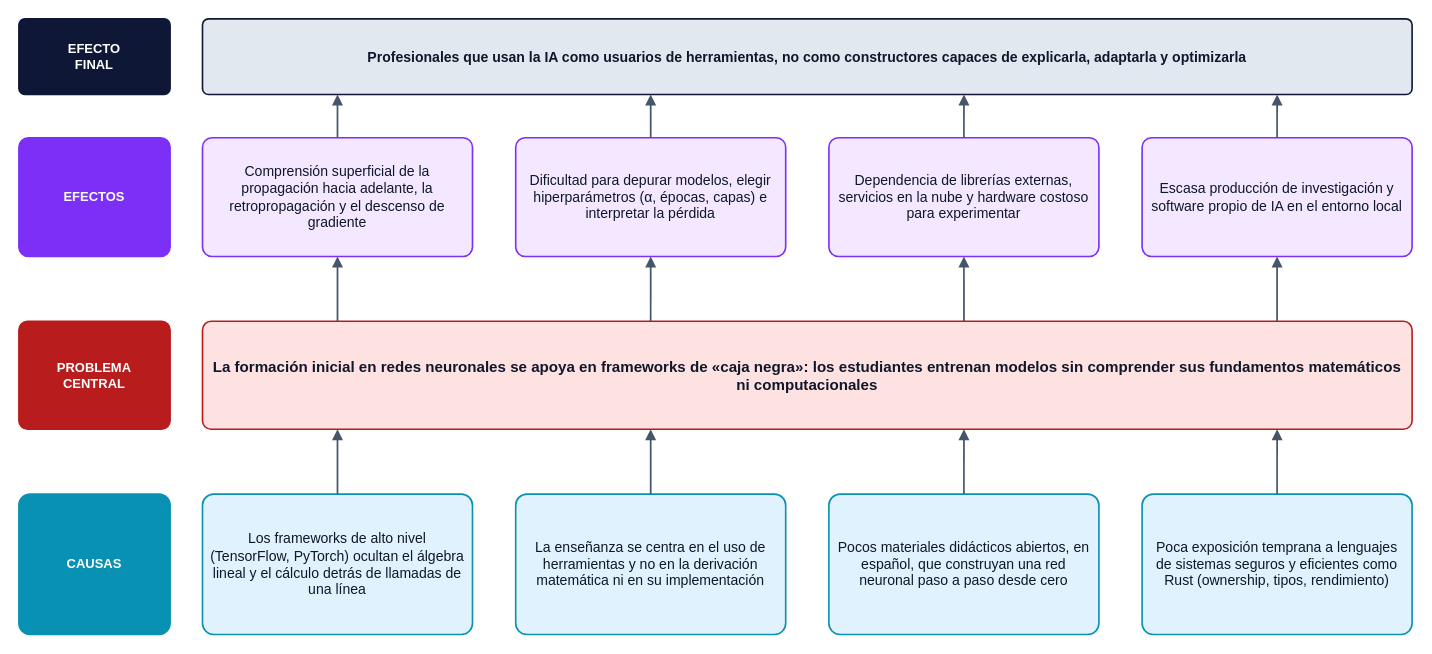
The draw.io diagram diagramas/01_arbol_problemas.drawio in Noxy-bit/Redes-Neuronales-Rust, before the edit. Source tidied: cells renumbered, new cells numbered last; positions are measured from the earlier drawing's top-left corner, leaving out a move shared by most shapes. Both pictures are drawn from the tidied source at 108%, with x=0, y=0 at pixel (18, 18).
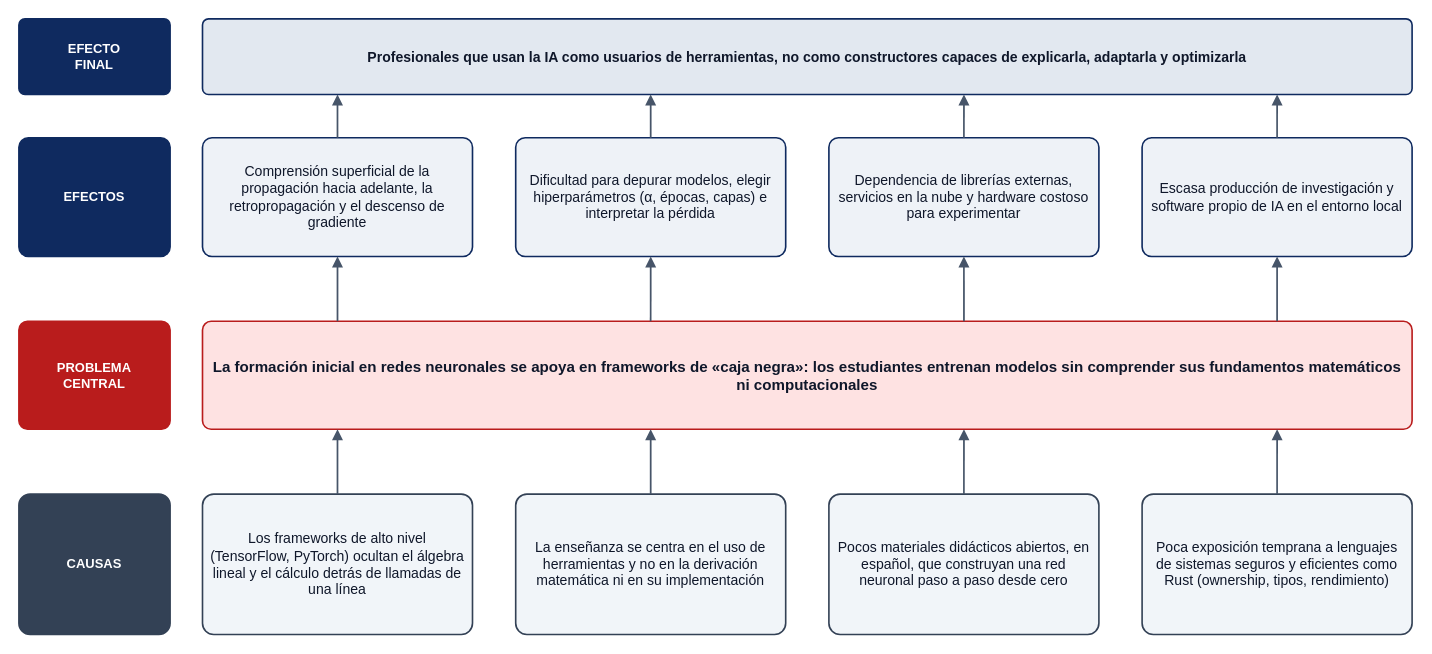
After the change.

What changed in the source:
```diff
@@
-    <mxCell id="2" value="EFECTO&lt;br&gt;FINAL" style="rounded=1;arcSize=8;whiteSpace=wrap;html=1;fontFamily=Helvetica;fontSize=13;fontColor=#0F172A;strokeColor=#0F1736;fillColor=#0F1736;strokeWidth=1.5;spacing=6;fontStyle=1;fontSize=12;fontColor=#FFFFFF;rounded=1;" parent="1" vertex="1">
+    <mxCell id="2" value="EFECTO&lt;br&gt;FINAL" style="rounded=1;arcSize=8;whiteSpace=wrap;html=1;fontFamily=Helvetica;fontSize=13;fontColor=#0F172A;strokeColor=#0F2A5F;fillColor=#0F2A5F;strokeWidth=1.5;spacing=6;fontStyle=1;fontSize=12;fontColor=#FFFFFF;rounded=1;" parent="1" vertex="1">
       <mxGeometry width="140" height="70" as="geometry" />
     </mxCell>
-    <mxCell id="3" value="EFECTOS" style="rounded=1;arcSize=8;whiteSpace=wrap;html=1;fontFamily=Helvetica;fontSize=13;fontColor=#0F172A;strokeColor=#7B2FF7;fillColor=#7B2FF7;strokeWidth=1.5;spacing=6;fontStyle=1;fontSize=12;fontColor=#FFFFFF;rounded=1;" parent="1" vertex="1">
+    <mxCell id="3" value="EFECTOS" style="rounded=1;arcSize=8;whiteSpace=wrap;html=1;fontFamily=Helvetica;fontSize=13;fontColor=#0F172A;strokeColor=#0F2A5F;fillColor=#0F2A5F;strokeWidth=1.5;spacing=6;fontStyle=1;fontSize=12;fontColor=#FFFFFF;rounded=1;" parent="1" vertex="1">
       <mxGeometry y="110" width="140" height="110" as="geometry" />
     </mxCell>
@@
-    <mxCell id="5" value="CAUSAS" style="rounded=1;arcSize=8;whiteSpace=wrap;html=1;fontFamily=Helvetica;fontSize=13;fontColor=#0F172A;strokeColor=#0891B2;fillColor=#0891B2;strokeWidth=1.5;spacing=6;fontStyle=1;fontSize=12;fontColor=#FFFFFF;rounded=1;" parent="1" vertex="1">
+    <mxCell id="5" value="CAUSAS" style="rounded=1;arcSize=8;whiteSpace=wrap;html=1;fontFamily=Helvetica;fontSize=13;fontColor=#0F172A;strokeColor=#334155;fillColor=#334155;strokeWidth=1.5;spacing=6;fontStyle=1;fontSize=12;fontColor=#FFFFFF;rounded=1;" parent="1" vertex="1">
       <mxGeometry y="440" width="140" height="130" as="geometry" />
     </mxCell>
-    <mxCell id="6" value="&lt;b&gt;Profesionales que usan la IA como usuarios de herramientas, no como constructores capaces de explicarla, adaptarla y optimizarla&lt;/b&gt;" style="rounded=1;arcSize=8;whiteSpace=wrap;html=1;fontFamily=Helvetica;fontSize=13;fontColor=#0F172A;strokeColor=#0F1736;fillColor=#E2E8F0;strokeWidth=1.5;spacing=6;" parent="1" vertex="1">
+    <mxCell id="6" value="&lt;b&gt;Profesionales que usan la IA como usuarios de herramientas, no como constructores capaces de explicarla, adaptarla y optimizarla&lt;/b&gt;" style="rounded=1;arcSize=8;whiteSpace=wrap;html=1;fontFamily=Helvetica;fontSize=13;fontColor=#0F172A;strokeColor=#0F2A5F;fillColor=#E2E8F0;strokeWidth=1.5;spacing=6;" parent="1" vertex="1">
       <mxGeometry x="170" width="1120" height="70" as="geometry" />
     </mxCell>
@@
-    <mxCell id="8" value="Comprensión superficial de la propagación hacia adelante, la retropropagación y el descenso de gradiente" style="rounded=1;arcSize=8;whiteSpace=wrap;html=1;fontFamily=Helvetica;fontSize=13;fontColor=#0F172A;strokeColor=#7B2FF7;fillColor=#F3E8FF;strokeWidth=1.5;spacing=6;" parent="1" vertex="1">
+    <mxCell id="8" value="Comprensión superficial de la propagación hacia adelante, la retropropagación y el descenso de gradiente" style="rounded=1;arcSize=8;whiteSpace=wrap;html=1;fontFamily=Helvetica;fontSize=13;fontColor=#0F172A;strokeColor=#0F2A5F;fillColor=#EEF2F7;strokeWidth=1.5;spacing=6;" parent="1" vertex="1">
       <mxGeometry x="170" y="110" width="250" height="110" as="geometry" />
     </mxCell>
-    <mxCell id="9" value="Los frameworks de alto nivel (TensorFlow, PyTorch) ocultan el álgebra lineal y el cálculo detrás de llamadas de una línea" style="rounded=1;arcSize=8;whiteSpace=wrap;html=1;fontFamily=Helvetica;fontSize=13;fontColor=#0F172A;strokeColor=#0891B2;fillColor=#E0F2FE;strokeWidth=1.5;spacing=6;" parent="1" vertex="1">
+    <mxCell id="9" value="Los frameworks de alto nivel (TensorFlow, PyTorch) ocultan el álgebra lineal y el cálculo detrás de llamadas de una línea" style="rounded=1;arcSize=8;whiteSpace=wrap;html=1;fontFamily=Helvetica;fontSize=13;fontColor=#0F172A;strokeColor=#334155;fillColor=#F1F5F9;strokeWidth=1.5;spacing=6;" parent="1" vertex="1">
       <mxGeometry x="170" y="440" width="250" height="130" as="geometry" />
     </mxCell>
@@
-    <mxCell id="13" value="Dificultad para depurar modelos, elegir hiperparámetros (α, épocas, capas) e interpretar la pérdida" style="rounded=1;arcSize=8;whiteSpace=wrap;html=1;fontFamily=Helvetica;fontSize=13;fontColor=#0F172A;strokeColor=#7B2FF7;fillColor=#F3E8FF;strokeWidth=1.5;spacing=6;" parent="1" vertex="1">
+    <mxCell id="13" value="Dificultad para depurar modelos, elegir hiperparámetros (α, épocas, capas) e interpretar la pérdida" style="rounded=1;arcSize=8;whiteSpace=wrap;html=1;fontFamily=Helvetica;fontSize=13;fontColor=#0F172A;strokeColor=#0F2A5F;fillColor=#EEF2F7;strokeWidth=1.5;spacing=6;" parent="1" vertex="1">
       <mxGeometry x="460" y="110" width="250" height="110" as="geometry" />
     </mxCell>
-    <mxCell id="14" value="La enseñanza se centra en el uso de herramientas y no en la derivación matemática ni en su implementación" style="rounded=1;arcSize=8;whiteSpace=wrap;html=1;fontFamily=Helvetica;fontSize=13;fontColor=#0F172A;strokeColor=#0891B2;fillColor=#E0F2FE;strokeWidth=1.5;spacing=6;" parent="1" vertex="1">
+    <mxCell id="14" value="La enseñanza se centra en el uso de herramientas y no en la derivación matemática ni en su implementación" style="rounded=1;arcSize=8;whiteSpace=wrap;html=1;fontFamily=Helvetica;fontSize=13;fontColor=#0F172A;strokeColor=#334155;fillColor=#F1F5F9;strokeWidth=1.5;spacing=6;" parent="1" vertex="1">
       <mxGeometry x="460" y="440" width="250" height="130" as="geometry" />
     </mxCell>
@@
-    <mxCell id="18" value="Dependencia de librerías externas, servicios en la nube y hardware costoso para experimentar" style="rounded=1;arcSize=8;whiteSpace=wrap;html=1;fontFamily=Helvetica;fontSize=13;fontColor=#0F172A;strokeColor=#7B2FF7;fillColor=#F3E8FF;strokeWidth=1.5;spacing=6;" parent="1" vertex="1">
+    <mxCell id="18" value="Dependencia de librerías externas, servicios en la nube y hardware costoso para experimentar" style="rounded=1;arcSize=8;whiteSpace=wrap;html=1;fontFamily=Helvetica;fontSize=13;fontColor=#0F172A;strokeColor=#0F2A5F;fillColor=#EEF2F7;strokeWidth=1.5;spacing=6;" parent="1" vertex="1">
       <mxGeometry x="750" y="110" width="250" height="110" as="geometry" />
     </mxCell>
-    <mxCell id="19" value="Pocos materiales didácticos abiertos, en español, que construyan una red neuronal paso a paso desde cero" style="rounded=1;arcSize=8;whiteSpace=wrap;html=1;fontFamily=Helvetica;fontSize=13;fontColor=#0F172A;strokeColor=#0891B2;fillColor=#E0F2FE;strokeWidth=1.5;spacing=6;" parent="1" vertex="1">
+    <mxCell id="19" value="Pocos materiales didácticos abiertos, en español, que construyan una red neuronal paso a paso desde cero" style="rounded=1;arcSize=8;whiteSpace=wrap;html=1;fontFamily=Helvetica;fontSize=13;fontColor=#0F172A;strokeColor=#334155;fillColor=#F1F5F9;strokeWidth=1.5;spacing=6;" parent="1" vertex="1">
       <mxGeometry x="750" y="440" width="250" height="130" as="geometry" />
     </mxCell>
@@
-    <mxCell id="23" value="Escasa producción de investigación y software propio de IA en el entorno local" style="rounded=1;arcSize=8;whiteSpace=wrap;html=1;fontFamily=Helvetica;fontSize=13;fontColor=#0F172A;strokeColor=#7B2FF7;fillColor=#F3E8FF;strokeWidth=1.5;spacing=6;" parent="1" vertex="1">
+    <mxCell id="23" value="Escasa producción de investigación y software propio de IA en el entorno local" style="rounded=1;arcSize=8;whiteSpace=wrap;html=1;fontFamily=Helvetica;fontSize=13;fontColor=#0F172A;strokeColor=#0F2A5F;fillColor=#EEF2F7;strokeWidth=1.5;spacing=6;" parent="1" vertex="1">
       <mxGeometry x="1040" y="110" width="250" height="110" as="geometry" />
     </mxCell>
-    <mxCell id="24" value="Poca exposición temprana a lenguajes de sistemas seguros y eficientes como Rust (ownership, tipos, rendimiento)" style="rounded=1;arcSize=8;whiteSpace=wrap;html=1;fontFamily=Helvetica;fontSize=13;fontColor=#0F172A;strokeColor=#0891B2;fillColor=#E0F2FE;strokeWidth=1.5;spacing=6;" parent="1" vertex="1">
+    <mxCell id="24" value="Poca exposición temprana a lenguajes de sistemas seguros y eficientes como Rust (ownership, tipos, rendimiento)" style="rounded=1;arcSize=8;whiteSpace=wrap;html=1;fontFamily=Helvetica;fontSize=13;fontColor=#0F172A;strokeColor=#334155;fillColor=#F1F5F9;strokeWidth=1.5;spacing=6;" parent="1" vertex="1">
       <mxGeometry x="1040" y="440" width="250" height="130" as="geometry" />
     </mxCell>
```
